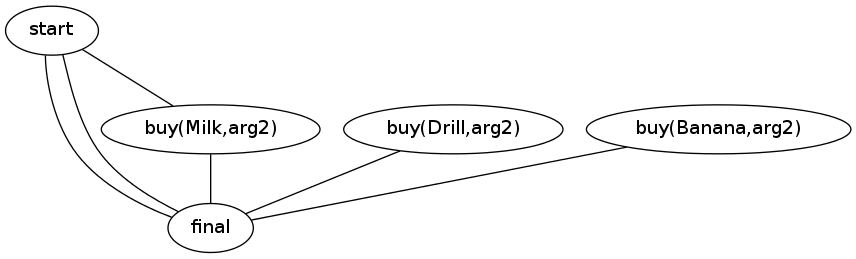
The Graphviz diagram Partial_Order_Planning/graph.png in cerdogan/Job, before a commit. Its source is kept beside it as Partial_Order_Planning/graph.dot. Its diagram source:
```dot
graph {
"start" -- "final"
"buy(Drill,arg2)" -- "final"
"buy(Milk,arg2)" -- "final"
"buy(Banana,arg2)" -- "final"
"start" -- "buy(Milk,arg2)"
"start" -- "final"
}
```
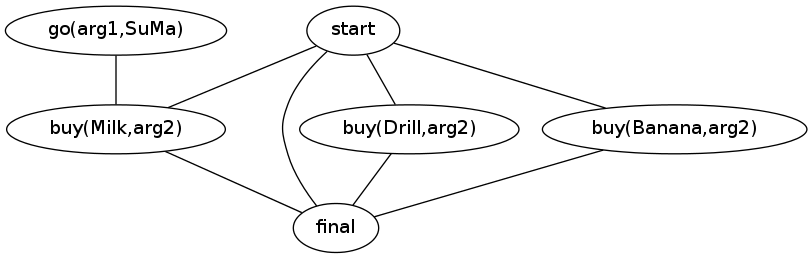
The same file after the commit.

Change to the diagram source:
```diff
@@ -1,8 +1,10 @@
 graph {
+"buy(Milk,arg2)" -- "final"
+"start" -- "buy(Milk,arg2)"
+"buy(Drill,arg2)" -- "final"
+"buy(Banana,arg2)" -- "final"
+"start" -- "buy(Drill,arg2)"
 "start" -- "final"
-"buy(Drill,arg2)" -- "final"
-"buy(Milk,arg2)" -- "final"
-"buy(Banana,arg2)" -- "final"
-"start" -- "buy(Milk,arg2)"
-"start" -- "final"
+"start" -- "buy(Banana,arg2)"
+"go(arg1,SuMa)" -- "buy(Milk,arg2)"
 }
```
